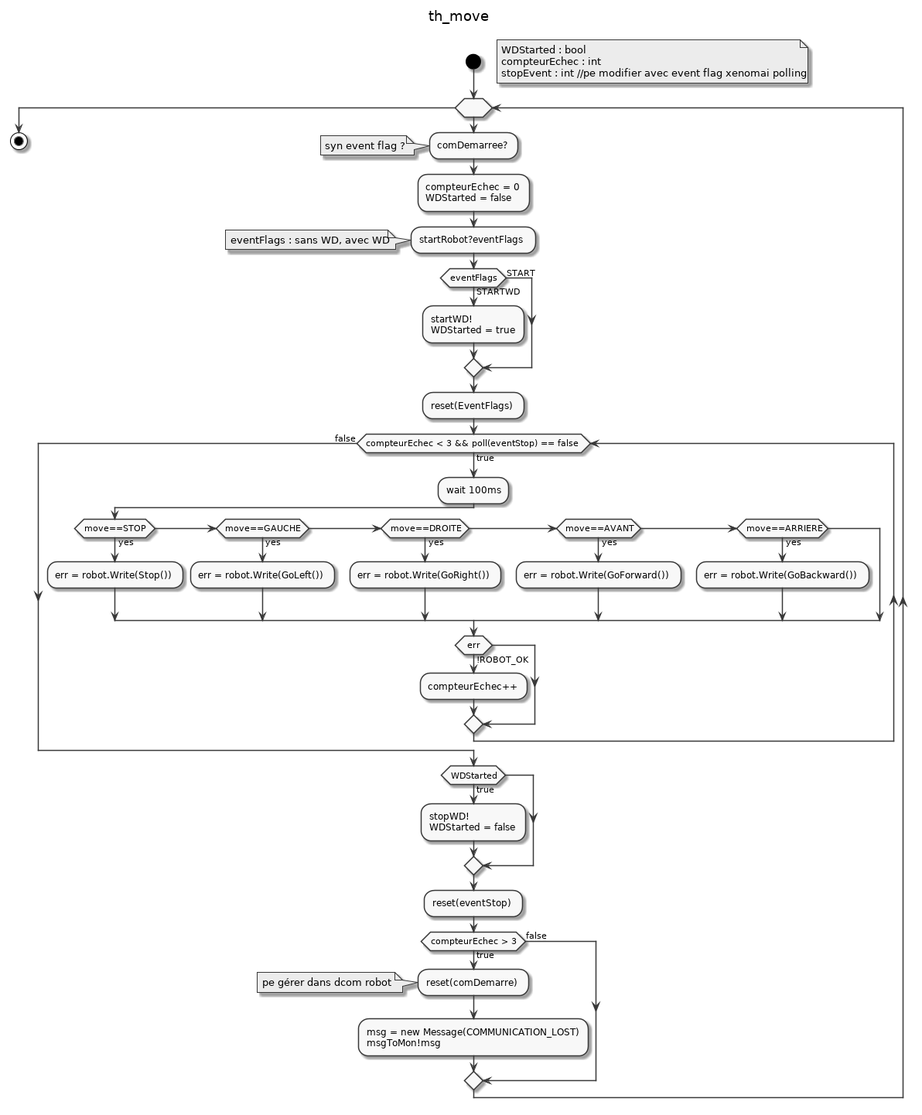
The PlantUML diagram diags/img/th_move.png in Bobillot/BE_Temps_Reel, before a commit.
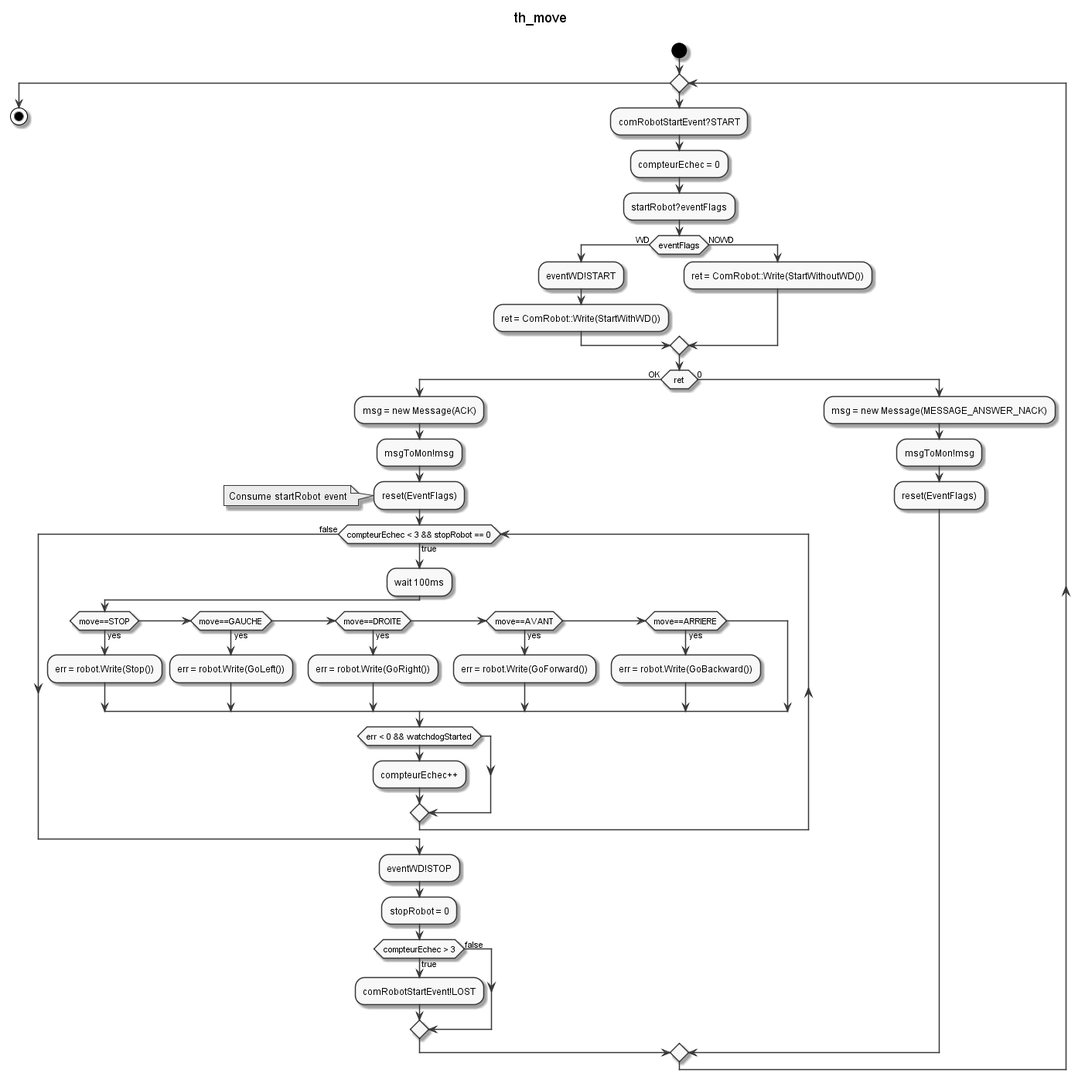
Above is the later version.

Diff of the diagram source:
```diff
@@ -6,61 +6,55 @@
 
 start
 
-floating note right
-WDStarted : bool
-compteurEchec : int
-stopEvent : int //pe modifier avec event flag xenomai polling
-endnote
-
 while ()
-    :comDemarree?;
-    note : syn event flag ?
-    :compteurEchec = 0
-    WDStarted = false ;
+    :comRobotStartEvent?START;
+    :compteurEchec = 0;
 
     :startRobot?eventFlags;
-    note
-    eventFlags : sans WD, avec WD
-    endnote
 
-    if (eventFlags) then (STARTWD)
-        :startWD!
-        WDStarted = true;
-    else (START)
+    if (eventFlags) then (WD)
+        :eventWD!START;
+        :ret = ComRobot::Write(StartWithWD());
+    else (NOWD)
+        :ret = ComRobot::Write(StartWithoutWD());
     endif
 
-    :reset(EventFlags);
+    if (ret) then (OK)
 
-    while (compteurEchec < 3 && poll(eventStop) == false) is (true)
-        :wait 100ms;
-        if (move==STOP) then (yes)
-            :err = robot.Write(Stop());
-        elseif (move==GAUCHE) then (yes)
-            :err = robot.Write(GoLeft());
-        elseif (move==DROITE) then (yes)
-            :err = robot.Write(GoRight());
-        elseif (move==AVANT) then (yes)
-            :err = robot.Write(GoForward());
-        elseif (move==ARRIERE) then (yes)
-            :err = robot.Write(GoBackward());
+        :msg = new Message(ACK);
+        :msgToMon!msg;
+        :reset(EventFlags);
+        note : Consume startRobot event
+
+        while (compteurEchec < 3 && stopRobot == 0) is (true)
+            :wait 100ms;
+            if (move==STOP) then (yes)
+                :err = robot.Write(Stop());
+            elseif (move==GAUCHE) then (yes)
+                :err = robot.Write(GoLeft());
+            elseif (move==DROITE) then (yes)
+                :err = robot.Write(GoRight());
+            elseif (move==AVANT) then (yes)
+                :err = robot.Write(GoForward());
+            elseif (move==ARRIERE) then (yes)
+                :err = robot.Write(GoBackward());
+            endif
+            if (err < 0 && watchdogStarted) then
+                :compteurEchec++;
+            endif
+        endwhile (false)
+        :eventWD!STOP;
+        :stopRobot = 0;
+
+        if (compteurEchec > 3) then (true)
+            :comRobotStartEvent!LOST;
+        else (false)
         endif
-        if (err) then (!ROBOT_OK)
-            :compteurEchec++;
-        endif
-    endwhile (false)
-if(WDStarted) then (true)
-    :stopWD!
-    WDStarted = false;
-endif
-:reset(eventStop);
-
-if (compteurEchec > 3) then (true)
-    :reset(comDemarre);
-    note : pe gérer dans dcom robot
-    :msg = new Message(COMMUNICATION_LOST)
-    msgToMon!msg;
-else (false)
-endif
+    else (0)
+        :msg = new Message(MESSAGE_ANSWER_NACK);
+        :msgToMon!msg;
+        :reset(EventFlags);
+    endif
 endwhile
 stop
 @enduml
```
